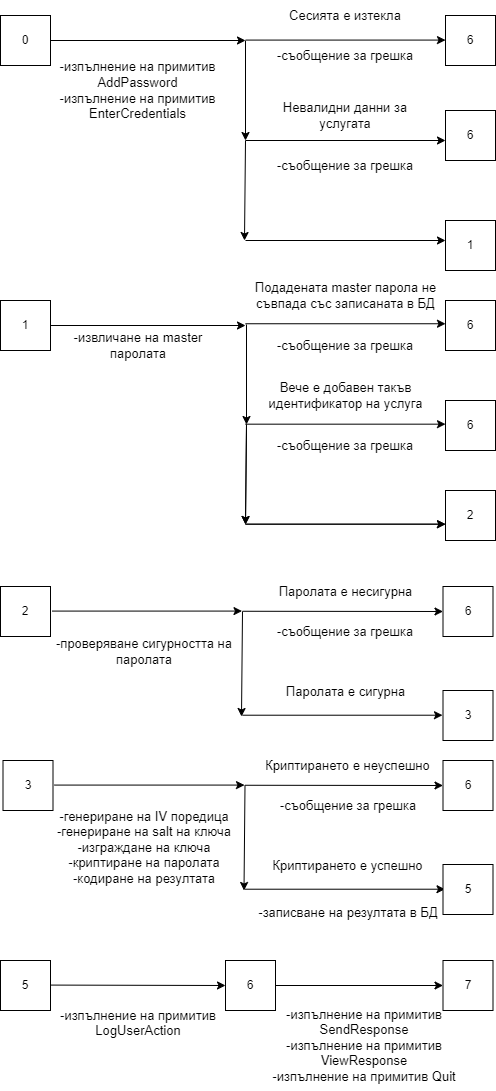
ivanchuchulski/secure-interactions-modeling keeps this draw.io diagram as images/02-add-password-graph-scheme.drawio.png. Above is the earlier version. Source tidied: cells renumbered, new cells last; positions are measured from the earlier drawing's top-left corner, leaving out a move shared by most shapes.
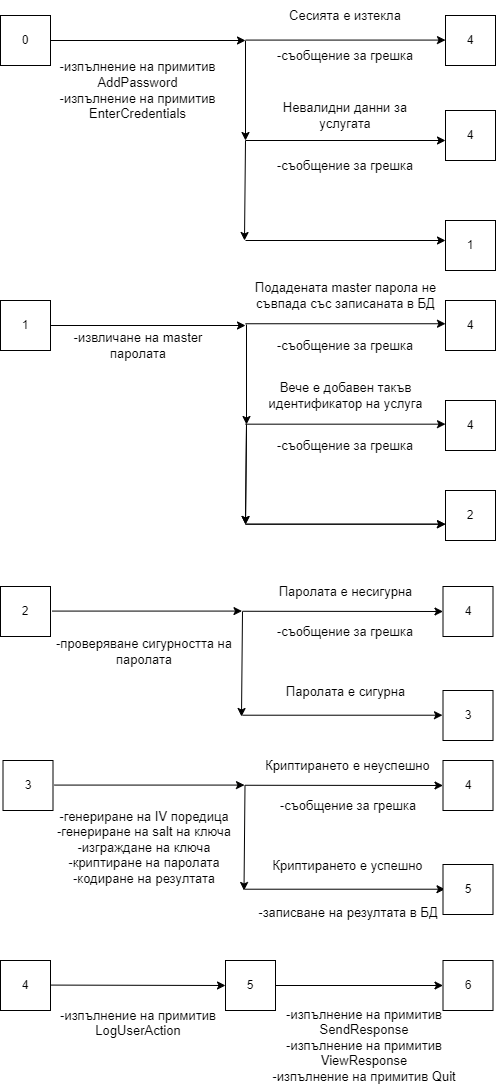
After the change.

Diff of the diagram source:
```diff
@@ -5,7 +5,7 @@
     <mxCell id="2" value="0" style="whiteSpace=wrap;html=1;" parent="1" vertex="1">
       <mxGeometry y="15" width="50" height="50" as="geometry" />
     </mxCell>
-    <mxCell id="3" value="6" style="whiteSpace=wrap;html=1;fontSize=12;" parent="1" vertex="1">
+    <mxCell id="3" value="4" style="whiteSpace=wrap;html=1;fontSize=12;" parent="1" vertex="1">
       <mxGeometry x="445" y="15" width="50" height="50" as="geometry" />
     </mxCell>
     <mxCell id="4" style="endArrow=classic;html=1;rounded=0;fontSize=12;" parent="1" edge="1" source="2">
@@ -40,7 +40,7 @@
     <mxCell id="11" value="1" style="whiteSpace=wrap;html=1;" parent="1" vertex="1">
       <mxGeometry y="300" width="50" height="50" as="geometry" />
     </mxCell>
-    <mxCell id="12" value="6" style="whiteSpace=wrap;html=1;" parent="1" vertex="1">
+    <mxCell id="12" value="4" style="whiteSpace=wrap;html=1;" parent="1" vertex="1">
       <mxGeometry x="445" y="300" width="50" height="50" as="geometry" />
     </mxCell>
     <mxCell id="13" style="endArrow=classic;html=1;rounded=0;fontSize=12;" parent="1" edge="1" source="11">
@@ -48,7 +48,7 @@
         <mxPoint x="245" y="325" as="targetPoint" />
       </mxGeometry>
     </mxCell>
-    <mxCell id="14" value="6" style="whiteSpace=wrap;html=1;" parent="1" vertex="1">
+    <mxCell id="14" value="4" style="whiteSpace=wrap;html=1;" parent="1" vertex="1">
       <mxGeometry x="445" y="400" width="50" height="50" as="geometry" />
     </mxCell>
     <mxCell id="15" value="-съобщение за грешка" style="rounded=1;whiteSpace=wrap;html=1;fontSize=13;strokeColor=none;fillColor=none;" parent="1" vertex="1">
@@ -81,16 +81,16 @@
     <mxCell id="24" value="-генериране на IV поредица&lt;br&gt;-генериране на salt на ключа&lt;br&gt;-изграждане на ключа&lt;br&gt;-криптиране на паролата&lt;br&gt;-кодиране на резултата" style="rounded=1;whiteSpace=wrap;html=1;fontSize=13;strokeColor=none;fillColor=none;" parent="1" vertex="1">
       <mxGeometry x="53.9" y="790" width="180" height="114" as="geometry" />
     </mxCell>
-    <mxCell id="25" value="5" style="whiteSpace=wrap;html=1;" parent="1" vertex="1">
+    <mxCell id="25" value="4" style="whiteSpace=wrap;html=1;" parent="1" vertex="1">
       <mxGeometry y="960" width="50" height="50" as="geometry" />
     </mxCell>
-    <mxCell id="26" value="6" style="whiteSpace=wrap;html=1;" parent="1" vertex="1">
+    <mxCell id="26" value="5" style="whiteSpace=wrap;html=1;" parent="1" vertex="1">
       <mxGeometry x="225" y="960" width="50" height="50" as="geometry" />
     </mxCell>
     <mxCell id="27" value="&lt;br&gt;-изпълнение на примитив LogUserAction" style="rounded=1;whiteSpace=wrap;html=1;fontSize=13;strokeColor=none;fillColor=none;" parent="1" vertex="1">
       <mxGeometry x="48.5" y="990" width="178" height="50" as="geometry" />
     </mxCell>
-    <mxCell id="28" value="7" style="whiteSpace=wrap;html=1;" parent="1" vertex="1">
+    <mxCell id="28" value="6" style="whiteSpace=wrap;html=1;" parent="1" vertex="1">
       <mxGeometry x="442.5" y="960" width="50" height="50" as="geometry" />
     </mxCell>
     <mxCell id="29" value="-изпълнение на примитив SendResponse&lt;br&gt;-изпълнение на примитив ViewResponse&lt;br style=&quot;font-size: 13px;&quot;&gt;-изпълнение на примитив Quit" style="rounded=1;whiteSpace=wrap;html=1;fontSize=13;strokeColor=none;fillColor=none;" parent="1" vertex="1">
@@ -114,7 +114,7 @@
         <mxPoint x="445" y="240" as="targetPoint" />
       </mxGeometry>
     </mxCell>
-    <mxCell id="33" value="6" style="whiteSpace=wrap;html=1;fontSize=12;" parent="1" vertex="1">
+    <mxCell id="33" value="4" style="whiteSpace=wrap;html=1;fontSize=12;" parent="1" vertex="1">
       <mxGeometry x="445" y="110" width="50" height="50" as="geometry" />
     </mxCell>
     <mxCell id="34" style="endArrow=classic;html=1;rounded=0;fontSize=12;" parent="1" edge="1">
@@ -161,7 +161,7 @@
     <mxCell id="41" style="endArrow=classic;html=1;rounded=0;fontSize=12;entryX=0;entryY=0.5;entryDx=0;entryDy=0;exitX=1;exitY=0.5;exitDx=0;exitDy=0;" parent="1" edge="1" source="26" target="28">
       <mxGeometry relative="1" as="geometry" />
     </mxCell>
-    <mxCell id="42" value="6" style="whiteSpace=wrap;html=1;" parent="1" vertex="1">
+    <mxCell id="42" value="4" style="whiteSpace=wrap;html=1;" parent="1" vertex="1">
       <mxGeometry x="442.5" y="760" width="50" height="50" as="geometry" />
     </mxCell>
     <mxCell id="43" style="endArrow=classic;html=1;rounded=0;fontSize=12;entryX=0;entryY=0.5;entryDx=0;entryDy=0;" parent="1" edge="1" target="42">
@@ -220,7 +220,7 @@
         <mxPoint x="241.5" y="610.6" as="targetPoint" />
       </mxGeometry>
     </mxCell>
-    <mxCell id="56" value="6" style="whiteSpace=wrap;html=1;" parent="1" vertex="1">
+    <mxCell id="56" value="4" style="whiteSpace=wrap;html=1;" parent="1" vertex="1">
       <mxGeometry x="442.5" y="586" width="50" height="50" as="geometry" />
     </mxCell>
     <mxCell id="57" style="endArrow=classic;html=1;rounded=0;fontSize=12;entryX=0;entryY=0.5;entryDx=0;entryDy=0;" parent="1" edge="1" target="56">
```
